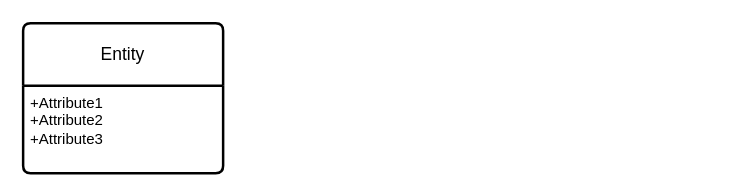
This is 命令模式.drawio from ChengziMao/diagrams, a draw.io file, before an edit. Source tidied: cells renumbered, new cells numbered last; positions are measured from the earlier drawing's top-left corner, leaving out a move shared by most shapes. Both pictures are drawn from the tidied source at 125%, with x=0, y=0 at pixel (22, 22).
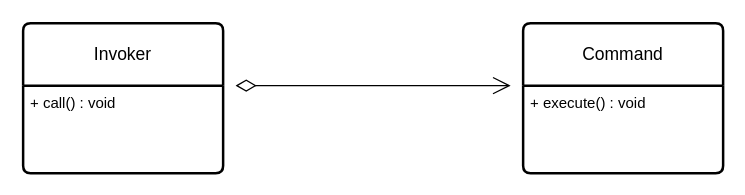
The same diagram, later.

Commit message (it also covers changes not shown here):
更新命令模式.drawio

The edit, as a diff of the source:
```diff
@@
 <mxGraphModel>
   <root>
     <mxCell id="0" />
     <mxCell id="1" parent="0" />
-    <mxCell id="2" value="Entity" style="swimlane;horizontal=1;startSize=50;rounded=1;fontSize=14;fontStyle=0;strokeWidth=2;shadow=0;dashed=0;align=center;arcSize=4;whiteSpace=wrap;html=1;" parent="1" vertex="1">
+    <mxCell id="2" value="&lt;font style=&quot;vertical-align: inherit;&quot; class=&quot;notranslate fyzs-translate-target fyzs-translate-target-wrapper&quot;&gt;&lt;font style=&quot;vertical-align: inherit;&quot; class=&quot;notranslate fyzs-translate-target fyzs-translate-target-box&quot;&gt;&lt;font style=&quot;vertical-align: inherit;&quot; title=&quot;Entity&quot; class=&quot;notranslate fyzs-translate-target fyzs-translate-target-text&quot;&gt;Invoker&lt;/font&gt;&lt;/font&gt;&lt;/font&gt;" style="swimlane;horizontal=1;startSize=50;rounded=1;fontSize=14;fontStyle=0;strokeWidth=2;shadow=0;dashed=0;align=center;arcSize=4;whiteSpace=wrap;html=1;" parent="1" vertex="1">
       <mxGeometry width="160" height="120" as="geometry" />
     </mxCell>
-    <mxCell id="3" value="+Attribute1&#10;+Attribute2&#10;+Attribute3" style="align=left;strokeColor=none;fillColor=none;spacingLeft=4;spacingRight=4;fontSize=12;verticalAlign=top;html=1;whiteSpace=wrap;" parent="2" vertex="1">
+    <mxCell id="3" value="&lt;font style=&quot;vertical-align: inherit;&quot; class=&quot;notranslate fyzs-translate-target fyzs-translate-target-wrapper&quot;&gt;&lt;font style=&quot;vertical-align: inherit;&quot; class=&quot;notranslate fyzs-translate-target fyzs-translate-target-box&quot;&gt;&lt;font style=&quot;vertical-align: inherit;&quot; title=&quot;+Attribute1&quot; class=&quot;notranslate fyzs-translate-target fyzs-translate-target-text&quot;&gt;+ call() : void&lt;/font&gt;&lt;/font&gt;&lt;/font&gt;" style="align=left;strokeColor=none;fillColor=none;spacingLeft=4;spacingRight=4;fontSize=12;verticalAlign=top;html=1;whiteSpace=wrap;" parent="2" vertex="1">
       <mxGeometry y="50" width="160" height="70" as="geometry" />
     </mxCell>
+    <mxCell id="4" value="&lt;font style=&quot;vertical-align: inherit;&quot; class=&quot;notranslate fyzs-translate-target fyzs-translate-target-wrapper&quot;&gt;&lt;font style=&quot;vertical-align: inherit;&quot; class=&quot;notranslate fyzs-translate-target fyzs-translate-target-box&quot;&gt;&lt;font style=&quot;vertical-align: inherit;&quot; title=&quot;Entity&quot; class=&quot;notranslate fyzs-translate-target fyzs-translate-target-text&quot;&gt;Command&lt;/font&gt;&lt;/font&gt;&lt;/font&gt;" style="swimlane;horizontal=1;startSize=50;rounded=1;fontSize=14;fontStyle=0;strokeWidth=2;shadow=0;dashed=0;align=center;arcSize=4;whiteSpace=wrap;html=1;" parent="1" vertex="1">
+      <mxGeometry x="400" width="160" height="120" as="geometry" />
+    </mxCell>
+    <mxCell id="5" value="&lt;font style=&quot;vertical-align: inherit;&quot; class=&quot;notranslate fyzs-translate-target fyzs-translate-target-wrapper&quot;&gt;&lt;font style=&quot;vertical-align: inherit;&quot; class=&quot;notranslate fyzs-translate-target fyzs-translate-target-box&quot;&gt;&lt;font style=&quot;vertical-align: inherit;&quot; title=&quot;+Attribute1&quot; class=&quot;notranslate fyzs-translate-target fyzs-translate-target-text&quot;&gt;+ execute() : void&lt;/font&gt;&lt;/font&gt;&lt;/font&gt;" style="align=left;strokeColor=none;fillColor=none;spacingLeft=4;spacingRight=4;fontSize=12;verticalAlign=top;html=1;whiteSpace=wrap;" parent="4" vertex="1">
+      <mxGeometry y="50" width="160" height="70" as="geometry" />
+    </mxCell>
+    <mxCell id="6" style="endArrow=open;html=1;endSize=12;startArrow=diamondThin;startSize=14;startFill=0;edgeStyle=orthogonalEdgeStyle;align=left;verticalAlign=bottom;rounded=0;" parent="1" edge="1">
+      <mxGeometry x="-1" y="3" relative="1" as="geometry">
+        <mxPoint x="170" y="50" as="sourcePoint" />
+        <mxPoint x="390" y="50" as="targetPoint" />
+      </mxGeometry>
+    </mxCell>
   </root>
 </mxGraphModel>
```
